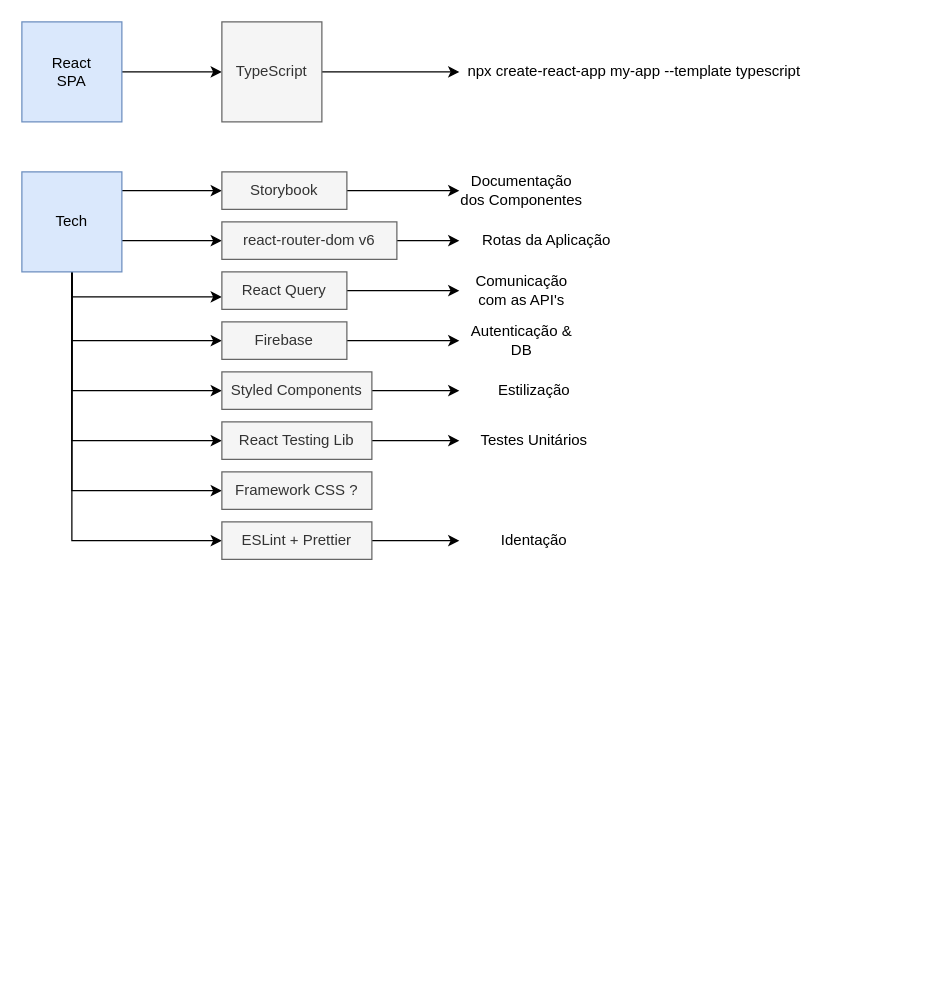
Above: projetos/pokedex_architecture.drawio in azraelgarden/maju-mentoria (draw.io), before the change. Source tidied: cells renumbered, new cells numbered last; positions are measured from the earlier drawing's top-left corner, leaving out a move shared by most shapes. Both pictures are drawn from the tidied source at 125%, with x=0, y=0 at pixel (21, 21).
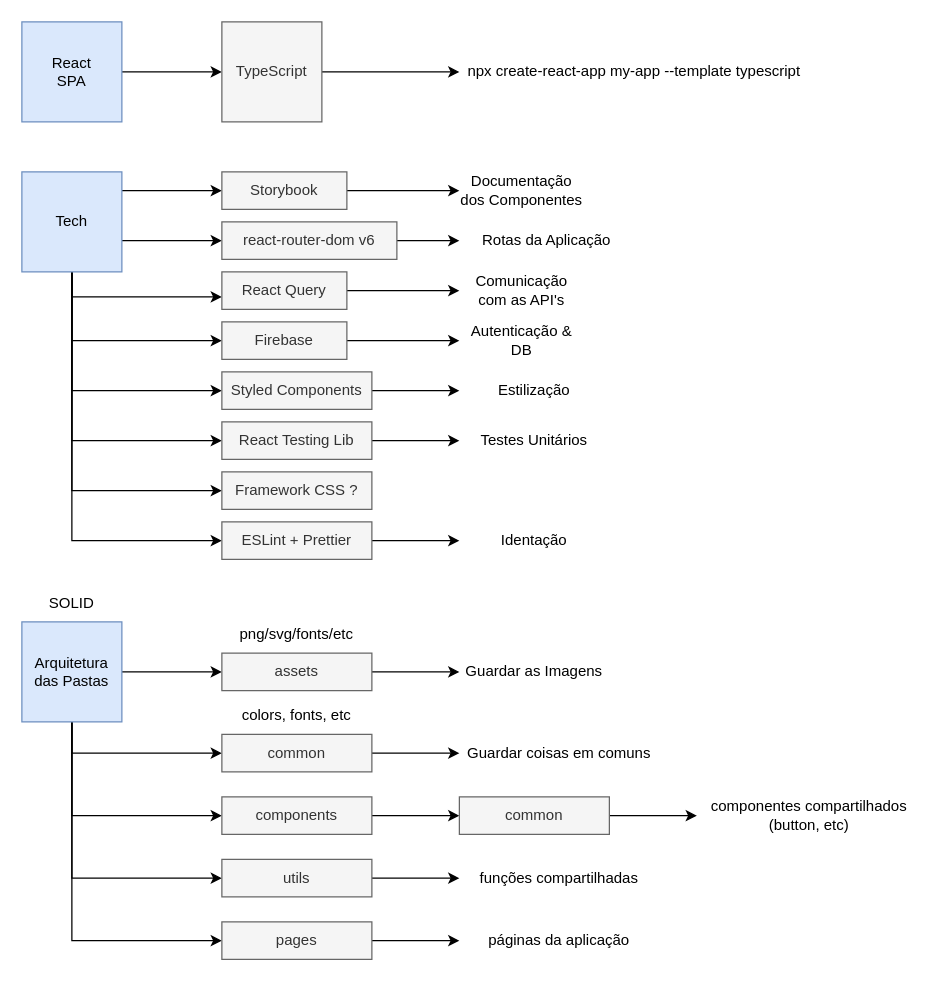
Above is the later version.

Diff of the diagram source:
```diff
@@
+    <mxCell id="38" style="edgeStyle=orthogonalEdgeStyle;rounded=0;jettySize=auto;html=1;" parent="1" edge="1" source="43" target="46">
+      <mxGeometry relative="1" as="geometry" />
+    </mxCell>
+    <mxCell id="39" style="edgeStyle=orthogonalEdgeStyle;rounded=0;jettySize=auto;html=1;" parent="1" edge="1" source="43" target="50">
+      <mxGeometry relative="1" as="geometry">
+        <Array as="points">
+          <mxPoint x="40" y="585" />
+        </Array>
+      </mxGeometry>
+    </mxCell>
+    <mxCell id="40" style="edgeStyle=orthogonalEdgeStyle;rounded=0;jettySize=auto;html=1;" parent="1" edge="1" source="43" target="54">
+      <mxGeometry relative="1" as="geometry">
+        <Array as="points">
+          <mxPoint x="40" y="635" />
+        </Array>
+      </mxGeometry>
+    </mxCell>
+    <mxCell id="41" style="edgeStyle=orthogonalEdgeStyle;rounded=0;jettySize=auto;html=1;" parent="1" edge="1" source="43" target="59">
+      <mxGeometry relative="1" as="geometry">
+        <Array as="points">
+          <mxPoint x="40" y="685" />
+        </Array>
+      </mxGeometry>
+    </mxCell>
+    <mxCell id="42" style="edgeStyle=orthogonalEdgeStyle;rounded=0;jettySize=auto;html=1;" parent="1" edge="1" source="43" target="61">
+      <mxGeometry relative="1" as="geometry">
+        <Array as="points">
+          <mxPoint x="40" y="735" />
+        </Array>
+      </mxGeometry>
+    </mxCell>
+    <mxCell id="43" value="Arquitetura das Pastas" style="whiteSpace=wrap;html=1;fillColor=#dae8fc;strokeColor=#6c8ebf;" parent="1" vertex="1">
+      <mxGeometry y="480" width="80" height="80" as="geometry" />
+    </mxCell>
+    <mxCell id="44" value="SOLID" style="text;html=1;strokeColor=none;fillColor=none;align=center;verticalAlign=middle;whiteSpace=wrap;rounded=0;" parent="1" vertex="1">
+      <mxGeometry y="450" width="80" height="30" as="geometry" />
+    </mxCell>
+    <mxCell id="45" style="edgeStyle=orthogonalEdgeStyle;rounded=0;jettySize=auto;html=1;" parent="1" edge="1" source="46" target="47">
+      <mxGeometry relative="1" as="geometry" />
+    </mxCell>
+    <mxCell id="46" value="assets" style="text;html=1;strokeColor=#666666;fillColor=#f5f5f5;align=center;verticalAlign=middle;whiteSpace=wrap;rounded=0;fontColor=#333333;" parent="1" vertex="1">
+      <mxGeometry x="160" y="505" width="120" height="30" as="geometry" />
+    </mxCell>
+    <mxCell id="47" value="Guardar as Imagens" style="text;html=1;align=center;verticalAlign=middle;whiteSpace=wrap;rounded=0;" parent="1" vertex="1">
+      <mxGeometry x="350" y="505" width="120" height="30" as="geometry" />
+    </mxCell>
+    <mxCell id="48" value="png/svg/fonts/etc" style="text;html=1;align=center;verticalAlign=middle;whiteSpace=wrap;rounded=0;" parent="1" vertex="1">
+      <mxGeometry x="160" y="475" width="120" height="30" as="geometry" />
+    </mxCell>
+    <mxCell id="49" style="edgeStyle=orthogonalEdgeStyle;rounded=0;jettySize=auto;html=1;" parent="1" edge="1" source="50" target="51">
+      <mxGeometry relative="1" as="geometry" />
+    </mxCell>
+    <mxCell id="50" value="common" style="text;html=1;strokeColor=#666666;fillColor=#f5f5f5;align=center;verticalAlign=middle;whiteSpace=wrap;rounded=0;fontColor=#333333;" parent="1" vertex="1">
+      <mxGeometry x="160" y="570" width="120" height="30" as="geometry" />
+    </mxCell>
+    <mxCell id="51" value="Guardar coisas em comuns" style="text;html=1;align=center;verticalAlign=middle;whiteSpace=wrap;rounded=0;" parent="1" vertex="1">
+      <mxGeometry x="350" y="570" width="160" height="30" as="geometry" />
+    </mxCell>
+    <mxCell id="52" value="colors, fonts, etc" style="text;html=1;align=center;verticalAlign=middle;whiteSpace=wrap;rounded=0;" parent="1" vertex="1">
+      <mxGeometry x="160" y="540" width="120" height="30" as="geometry" />
+    </mxCell>
+    <mxCell id="53" style="edgeStyle=orthogonalEdgeStyle;rounded=0;jettySize=auto;html=1;" parent="1" edge="1" source="54" target="56">
+      <mxGeometry relative="1" as="geometry" />
+    </mxCell>
+    <mxCell id="54" value="components" style="text;html=1;strokeColor=#666666;fillColor=#f5f5f5;align=center;verticalAlign=middle;whiteSpace=wrap;rounded=0;fontColor=#333333;" parent="1" vertex="1">
+      <mxGeometry x="160" y="620" width="120" height="30" as="geometry" />
+    </mxCell>
+    <mxCell id="55" style="edgeStyle=orthogonalEdgeStyle;rounded=0;jettySize=auto;html=1;" parent="1" edge="1" source="56" target="57">
+      <mxGeometry relative="1" as="geometry" />
+    </mxCell>
+    <mxCell id="56" value="common" style="text;html=1;strokeColor=#666666;fillColor=#f5f5f5;align=center;verticalAlign=middle;whiteSpace=wrap;rounded=0;fontColor=#333333;" parent="1" vertex="1">
+      <mxGeometry x="350" y="620" width="120" height="30" as="geometry" />
+    </mxCell>
+    <mxCell id="57" value="componentes compartilhados (button, etc)" style="text;html=1;align=center;verticalAlign=middle;whiteSpace=wrap;rounded=0;" parent="1" vertex="1">
+      <mxGeometry x="540" y="620" width="180" height="30" as="geometry" />
+    </mxCell>
+    <mxCell id="58" style="edgeStyle=orthogonalEdgeStyle;rounded=0;jettySize=auto;html=1;" parent="1" edge="1" source="59" target="62">
+      <mxGeometry relative="1" as="geometry" />
+    </mxCell>
+    <mxCell id="59" value="utils" style="text;html=1;strokeColor=#666666;fillColor=#f5f5f5;align=center;verticalAlign=middle;whiteSpace=wrap;rounded=0;fontColor=#333333;" parent="1" vertex="1">
+      <mxGeometry x="160" y="670" width="120" height="30" as="geometry" />
+    </mxCell>
+    <mxCell id="60" style="edgeStyle=orthogonalEdgeStyle;rounded=0;jettySize=auto;html=1;" parent="1" edge="1" source="61" target="63">
+      <mxGeometry relative="1" as="geometry" />
+    </mxCell>
+    <mxCell id="61" value="pages" style="text;html=1;strokeColor=#666666;fillColor=#f5f5f5;align=center;verticalAlign=middle;whiteSpace=wrap;rounded=0;fontColor=#333333;" parent="1" vertex="1">
+      <mxGeometry x="160" y="720" width="120" height="30" as="geometry" />
+    </mxCell>
+    <mxCell id="62" value="funções compartilhadas" style="text;html=1;align=center;verticalAlign=middle;whiteSpace=wrap;rounded=0;" parent="1" vertex="1">
+      <mxGeometry x="350" y="670" width="160" height="30" as="geometry" />
+    </mxCell>
+    <mxCell id="63" value="páginas da aplicação" style="text;html=1;align=center;verticalAlign=middle;whiteSpace=wrap;rounded=0;" parent="1" vertex="1">
+      <mxGeometry x="350" y="720" width="160" height="30" as="geometry" />
+    </mxCell>
```
